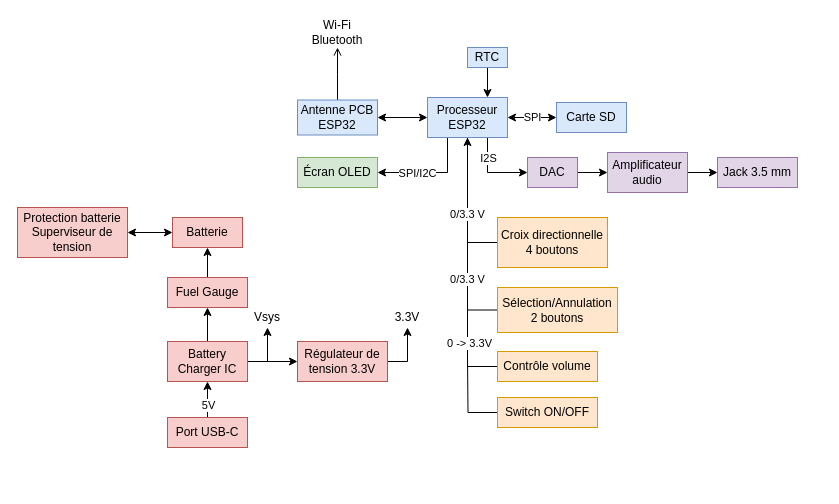
This is assets/figures/Analyse_Fonctionnelle-Niv2.drawio from dossantosyann/iPod2.0_Latex_Report, a draw.io file, before an edit. Source tidied: cells renumbered, new cells numbered last; positions are measured from the earlier drawing's top-left corner, leaving out a move shared by most shapes. Both pictures are drawn from the tidied source at 100%, with x=0, y=0 at pixel (17, 17).
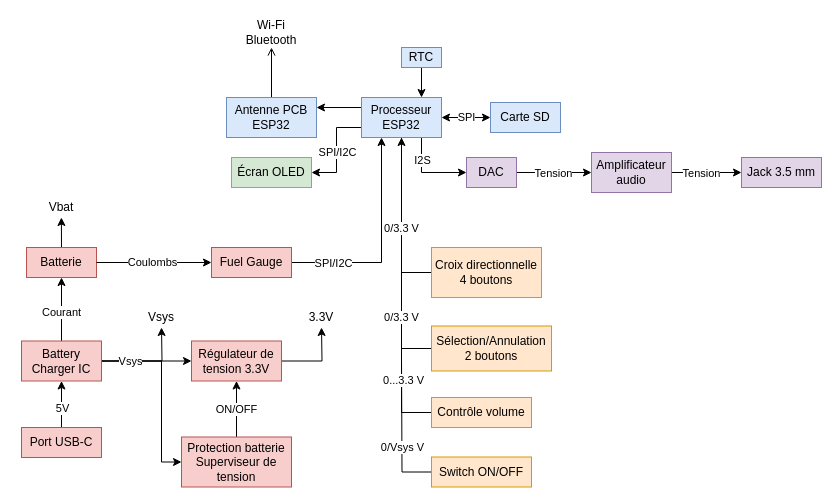
After the change.

Commit message:
Mettre à jour Analyse_Fonctionnelle-Niv2.drawio

Unchanged cells that the change refers to:
```xml
<mxCell id="9" style="edgeStyle=orthogonalEdgeStyle;rounded=0;jettySize=auto;html=1;exitX=0.5;exitY=1;exitDx=0;exitDy=0;entryX=0;entryY=0.5;entryDx=0;entryDy=0;endArrow=none;endFill=0;startArrow=classic;startFill=1;" parent="1" edge="1" source="15" target="39">
  <mxGeometry relative="1" as="geometry" />
</mxCell>
<mxCell id="21" style="edgeStyle=orthogonalEdgeStyle;rounded=0;jettySize=auto;html=1;" parent="1" edge="1" source="22" target="24">
  <mxGeometry relative="1" as="geometry" />
</mxCell>
<mxCell id="23" style="edgeStyle=orthogonalEdgeStyle;rounded=0;jettySize=auto;html=1;" parent="1" edge="1" source="24" target="40">
  <mxGeometry relative="1" as="geometry" />
</mxCell>
<mxCell id="34" style="edgeStyle=orthogonalEdgeStyle;rounded=0;jettySize=auto;html=1;" parent="1" edge="1" source="36" target="32">
  <mxGeometry relative="1" as="geometry" />
</mxCell>
```

The edit, as a diff of the source:
```diff
@@
-    <mxCell id="4" style="edgeStyle=orthogonalEdgeStyle;rounded=0;jettySize=auto;html=1;startArrow=classic;startFill=1;" parent="1" edge="1" source="15" target="17">
-      <mxGeometry relative="1" as="geometry" />
-    </mxCell>
@@
-    <mxCell id="10" value="0 -&amp;gt; 3.3V" style="edgeLabel;html=1;align=center;verticalAlign=middle;" parent="9" vertex="1">
-      <mxGeometry x="0.58" y="1" relative="1" as="geometry" />
-    </mxCell>
     <mxCell id="11" value="0/3.3 V" style="edgeLabel;html=1;align=center;verticalAlign=middle;" parent="9" vertex="1">
-      <mxGeometry x="0.09" y="-1" relative="1" as="geometry" />
+      <mxGeometry x="0.09" y="-1" relative="1" as="geometry">
+        <mxPoint y="13" as="offset" />
+      </mxGeometry>
     </mxCell>
@@
+    <mxCell id="4" style="edgeStyle=orthogonalEdgeStyle;rounded=0;jettySize=auto;html=1;exitX=0;exitY=0.25;exitDx=0;exitDy=0;entryX=1;entryY=0.25;entryDx=0;entryDy=0;" parent="1" edge="1" source="15" target="17">
+      <mxGeometry relative="1" as="geometry" />
+    </mxCell>
-    <mxCell id="13" style="edgeStyle=orthogonalEdgeStyle;rounded=0;jettySize=auto;html=1;exitX=0.25;exitY=1;exitDx=0;exitDy=0;entryX=1;entryY=0.5;entryDx=0;entryDy=0;" parent="1" edge="1" source="15" target="33">
+    <mxCell id="13" style="edgeStyle=orthogonalEdgeStyle;rounded=0;jettySize=auto;html=1;exitX=0;exitY=0.75;exitDx=0;exitDy=0;entryX=1;entryY=0.5;entryDx=0;entryDy=0;" parent="1" edge="1" source="15" target="33">
       <mxGeometry relative="1" as="geometry" />
     </mxCell>
-    <mxCell id="14" value="SPI/I2C" style="edgeLabel;html=1;align=center;verticalAlign=middle;" parent="13" vertex="1">
-      <mxGeometry x="-0.32" y="-2" relative="1" as="geometry">
-        <mxPoint x="-30" y="2" as="offset" />
-      </mxGeometry>
-    </mxCell>
+    <mxCell id="49" value="SPI/I2C" style="edgeLabel;html=1;align=center;verticalAlign=middle;" parent="13" vertex="1">
+      <mxGeometry x="0.22" relative="1" as="geometry">
+        <mxPoint y="-9" as="offset" />
+      </mxGeometry>
+    </mxCell>
     <mxCell id="15" value="&lt;div&gt;Processeur&lt;/div&gt;&lt;div&gt;ESP32&lt;/div&gt;" style="rounded=0;whiteSpace=wrap;html=1;fillColor=#dae8fc;strokeColor=#6c8ebf;" parent="1" vertex="1">
-      <mxGeometry x="410" y="80" width="80" height="40" as="geometry" />
+      <mxGeometry x="344" y="80" width="80" height="40" as="geometry" />
     </mxCell>
     <mxCell id="16" style="edgeStyle=orthogonalEdgeStyle;rounded=0;jettySize=auto;html=1;exitX=0.5;exitY=0;exitDx=0;exitDy=0;endArrow=open;endFill=0;" parent="1" edge="1" source="17">
       <mxGeometry relative="1" as="geometry">
-        <mxPoint x="320" y="30" as="targetPoint" />
+        <mxPoint x="254" y="30" as="targetPoint" />
       </mxGeometry>
     </mxCell>
     <mxCell id="17" value="&lt;div&gt;Antenne PCB&lt;/div&gt;&lt;div&gt;ESP32&lt;/div&gt;" style="rounded=0;whiteSpace=wrap;html=1;fillColor=#dae8fc;strokeColor=#6c8ebf;" parent="1" vertex="1">
-      <mxGeometry x="280" y="82.5" width="80" height="35" as="geometry" />
+      <mxGeometry x="209" y="80" width="90" height="40" as="geometry" />
     </mxCell>
     <mxCell id="18" value="Carte SD" style="rounded=0;whiteSpace=wrap;html=1;fillColor=#dae8fc;strokeColor=#6c8ebf;" parent="1" vertex="1">
-      <mxGeometry x="539" y="85" width="70" height="30" as="geometry" />
+      <mxGeometry x="473" y="85" width="70" height="30" as="geometry" />
     </mxCell>
@@
     <mxCell id="20" value="RTC" style="rounded=0;whiteSpace=wrap;html=1;fillColor=#dae8fc;strokeColor=#6c8ebf;" parent="1" vertex="1">
-      <mxGeometry x="450" y="30" width="40" height="20" as="geometry" />
+      <mxGeometry x="384" y="30" width="40" height="20" as="geometry" />
     </mxCell>
@@
+    <mxCell id="50" value="Tension" style="edgeLabel;html=1;align=center;verticalAlign=middle;" parent="21" vertex="1">
+      <mxGeometry x="-0.08" y="2" relative="1" as="geometry">
+        <mxPoint x="1" y="2" as="offset" />
+      </mxGeometry>
+    </mxCell>
     <mxCell id="22" value="DAC" style="rounded=0;whiteSpace=wrap;html=1;fillColor=#e1d5e7;strokeColor=#9673a6;" parent="1" vertex="1">
-      <mxGeometry x="510" y="140" width="50" height="30" as="geometry" />
+      <mxGeometry x="449" y="140" width="50" height="30" as="geometry" />
     </mxCell>
@@
+    <mxCell id="51" value="Tension" style="edgeLabel;html=1;align=center;verticalAlign=middle;" parent="23" vertex="1">
+      <mxGeometry x="0.07" relative="1" as="geometry">
+        <mxPoint x="-8" as="offset" />
+      </mxGeometry>
+    </mxCell>
     <mxCell id="24" value="Amplificateur audio" style="rounded=0;whiteSpace=wrap;html=1;fillColor=#e1d5e7;strokeColor=#9673a6;" parent="1" vertex="1">
-      <mxGeometry x="590" y="135" width="80" height="40" as="geometry" />
+      <mxGeometry x="574" y="135" width="80" height="40" as="geometry" />
     </mxCell>
-    <mxCell id="25" style="edgeStyle=orthogonalEdgeStyle;rounded=0;jettySize=auto;html=1;startArrow=classic;startFill=1;" parent="1" edge="1" source="26" target="43">
-      <mxGeometry relative="1" as="geometry" />
-    </mxCell>
+    <mxCell id="52" style="edgeStyle=orthogonalEdgeStyle;rounded=0;jettySize=auto;html=1;exitX=0.5;exitY=0;exitDx=0;exitDy=0;" parent="1" edge="1" source="26">
+      <mxGeometry relative="1" as="geometry">
+        <mxPoint x="43.9" y="200" as="targetPoint" />
+      </mxGeometry>
+    </mxCell>
     <mxCell id="26" value="Batterie" style="rounded=0;whiteSpace=wrap;html=1;fillColor=#f8cecc;strokeColor=#b85450;" parent="1" vertex="1">
-      <mxGeometry x="155" y="200" width="70" height="30" as="geometry" />
+      <mxGeometry x="9" y="230" width="70" height="30" as="geometry" />
     </mxCell>
-    <mxCell id="27" style="edgeStyle=orthogonalEdgeStyle;rounded=0;jettySize=auto;html=1;" parent="1" edge="1" source="28" target="26">
+    <mxCell id="27" style="edgeStyle=orthogonalEdgeStyle;rounded=0;jettySize=auto;html=1;startArrow=classic;startFill=1;endArrow=none;endFill=0;" parent="1" edge="1" source="28" target="26">
       <mxGeometry relative="1" as="geometry" />
     </mxCell>
+    <mxCell id="53" value="Coulombs" style="edgeLabel;html=1;align=center;verticalAlign=middle;" parent="27" vertex="1">
+      <mxGeometry x="0.04" y="-1" relative="1" as="geometry" />
+    </mxCell>
+    <mxCell id="54" style="edgeStyle=orthogonalEdgeStyle;rounded=0;jettySize=auto;html=1;exitX=1;exitY=0.5;exitDx=0;exitDy=0;entryX=0.25;entryY=1;entryDx=0;entryDy=0;" parent="1" edge="1" source="28" target="15">
+      <mxGeometry relative="1" as="geometry" />
+    </mxCell>
+    <mxCell id="55" value="SPI/I2C" style="edgeLabel;html=1;align=center;verticalAlign=middle;" parent="54" vertex="1">
+      <mxGeometry x="-0.26" y="-1" relative="1" as="geometry">
+        <mxPoint x="-39" y="-1" as="offset" />
+      </mxGeometry>
+    </mxCell>
     <mxCell id="28" value="Fuel Gauge" style="rounded=0;whiteSpace=wrap;html=1;fillColor=#f8cecc;strokeColor=#b85450;" parent="1" vertex="1">
-      <mxGeometry x="150" y="260" width="80" height="30" as="geometry" />
+      <mxGeometry x="194" y="230" width="80" height="30" as="geometry" />
     </mxCell>
-    <mxCell id="29" style="edgeStyle=orthogonalEdgeStyle;rounded=0;jettySize=auto;html=1;" parent="1" edge="1" source="32" target="28">
-      <mxGeometry relative="1" as="geometry" />
-    </mxCell>
@@
-    <mxCell id="31" style="edgeStyle=orthogonalEdgeStyle;rounded=0;jettySize=auto;html=1;exitX=1;exitY=0.5;exitDx=0;exitDy=0;" parent="1" edge="1" source="32">
-      <mxGeometry relative="1" as="geometry">
-        <mxPoint x="250" y="310" as="targetPoint" />
-      </mxGeometry>
-    </mxCell>
+    <mxCell id="56" style="edgeStyle=orthogonalEdgeStyle;rounded=0;jettySize=auto;html=1;exitX=0.5;exitY=0;exitDx=0;exitDy=0;entryX=0.5;entryY=1;entryDx=0;entryDy=0;" parent="1" edge="1" source="32" target="26">
+      <mxGeometry relative="1" as="geometry" />
+    </mxCell>
+    <mxCell id="57" value="Courant" style="edgeLabel;html=1;align=center;verticalAlign=middle;" parent="56" vertex="1">
+      <mxGeometry x="-0.08" y="1" relative="1" as="geometry" />
+    </mxCell>
+    <mxCell id="58" style="edgeStyle=orthogonalEdgeStyle;rounded=0;jettySize=auto;html=1;exitX=1;exitY=0.5;exitDx=0;exitDy=0;entryX=0;entryY=0.5;entryDx=0;entryDy=0;" parent="1" edge="1" source="32" target="43">
+      <mxGeometry relative="1" as="geometry">
+        <Array as="points">
+          <mxPoint x="144" y="344" />
+          <mxPoint x="144" y="445" />
+        </Array>
+      </mxGeometry>
+    </mxCell>
+    <mxCell id="59" style="edgeStyle=orthogonalEdgeStyle;rounded=0;jettySize=auto;html=1;exitX=1;exitY=0.5;exitDx=0;exitDy=0;" parent="1" edge="1" source="32">
+      <mxGeometry relative="1" as="geometry">
+        <mxPoint x="144" y="310" as="targetPoint" />
+      </mxGeometry>
+    </mxCell>
+    <mxCell id="60" value="&lt;div&gt;Vsys&lt;/div&gt;" style="edgeLabel;html=1;align=center;verticalAlign=middle;" parent="59" vertex="1">
+      <mxGeometry x="-0.4" relative="1" as="geometry" />
+    </mxCell>
     <mxCell id="32" value="Battery Charger IC" style="rounded=0;whiteSpace=wrap;html=1;fillColor=#f8cecc;strokeColor=#b85450;" parent="1" vertex="1">
-      <mxGeometry x="150" y="324" width="80" height="40" as="geometry" />
+      <mxGeometry x="4" y="323.5" width="80" height="40" as="geometry" />
     </mxCell>
     <mxCell id="33" value="Écran OLED" style="rounded=0;whiteSpace=wrap;html=1;fillColor=#d5e8d4;strokeColor=#82b366;" parent="1" vertex="1">
-      <mxGeometry x="280" y="140" width="80" height="30" as="geometry" />
+      <mxGeometry x="214" y="140" width="80" height="30" as="geometry" />
     </mxCell>
@@
     <mxCell id="35" value="5V" style="edgeLabel;html=1;align=center;verticalAlign=middle;" parent="34" vertex="1">
       <mxGeometry x="-0.39" y="-2" relative="1" as="geometry">
-        <mxPoint x="-2" as="offset" />
+        <mxPoint x="-2" y="-6" as="offset" />
       </mxGeometry>
     </mxCell>
     <mxCell id="36" value="Port USB-C" style="rounded=0;whiteSpace=wrap;html=1;fillColor=#f8cecc;strokeColor=#b85450;" parent="1" vertex="1">
-      <mxGeometry x="150" y="400" width="80" height="30" as="geometry" />
+      <mxGeometry x="4" y="410" width="80" height="30" as="geometry" />
     </mxCell>
     <mxCell id="37" value="&lt;div&gt;Croix directionnelle&lt;/div&gt;&lt;div&gt;4 boutons&lt;/div&gt;" style="rounded=0;whiteSpace=wrap;html=1;fillColor=#ffe6cc;strokeColor=#d79b00;" parent="1" vertex="1">
-      <mxGeometry x="480" y="200" width="110" height="50" as="geometry" />
+      <mxGeometry x="414" y="230" width="110" height="50" as="geometry" />
     </mxCell>
     <mxCell id="38" value="&lt;div&gt;Sélection/Annulation&lt;/div&gt;&lt;div&gt;2 boutons&lt;/div&gt;" style="rounded=0;whiteSpace=wrap;html=1;fillColor=#ffe6cc;strokeColor=#d79b00;" parent="1" vertex="1">
-      <mxGeometry x="480" y="270" width="120" height="45" as="geometry" />
+      <mxGeometry x="414" y="308.5" width="120" height="45" as="geometry" />
     </mxCell>
     <mxCell id="39" value="&lt;div&gt;Contrôle volume&lt;/div&gt;" style="rounded=0;whiteSpace=wrap;html=1;fillColor=#ffe6cc;strokeColor=#d79b00;" parent="1" vertex="1">
-      <mxGeometry x="480" y="334" width="100" height="30" as="geometry" />
+      <mxGeometry x="414" y="380" width="100" height="30" as="geometry" />
     </mxCell>
     <mxCell id="40" value="Jack 3.5 mm" style="rounded=0;whiteSpace=wrap;html=1;fillColor=#e1d5e7;strokeColor=#9673a6;" parent="1" vertex="1">
-      <mxGeometry x="700" y="140" width="80" height="30" as="geometry" />
+      <mxGeometry x="724" y="140" width="80" height="30" as="geometry" />
     </mxCell>
-    <mxCell id="41" style="edgeStyle=orthogonalEdgeStyle;rounded=0;jettySize=auto;html=1;exitX=1;exitY=0.5;exitDx=0;exitDy=0;" parent="1" edge="1" source="42">
-      <mxGeometry relative="1" as="geometry">
-        <mxPoint x="390" y="310" as="targetPoint" />
-      </mxGeometry>
-    </mxCell>
+    <mxCell id="61" style="edgeStyle=orthogonalEdgeStyle;rounded=0;jettySize=auto;html=1;exitX=1;exitY=0.5;exitDx=0;exitDy=0;" parent="1" edge="1" source="42">
+      <mxGeometry relative="1" as="geometry">
+        <mxPoint x="304" y="310" as="targetPoint" />
+      </mxGeometry>
+    </mxCell>
     <mxCell id="42" value="&lt;div&gt;Régulateur de tension 3.3V&lt;/div&gt;" style="rounded=0;whiteSpace=wrap;html=1;fillColor=#f8cecc;strokeColor=#b85450;" parent="1" vertex="1">
-      <mxGeometry x="280" y="324" width="90" height="40" as="geometry" />
+      <mxGeometry x="174" y="323.5" width="90" height="40" as="geometry" />
     </mxCell>
+    <mxCell id="62" value="ON/OFF" style="edgeStyle=orthogonalEdgeStyle;rounded=0;jettySize=auto;html=1;exitX=0.5;exitY=0;exitDx=0;exitDy=0;entryX=0.5;entryY=1;entryDx=0;entryDy=0;" parent="1" edge="1" source="43" target="42">
+      <mxGeometry relative="1" as="geometry" />
+    </mxCell>
     <mxCell id="43" value="&lt;div&gt;Protection batterie&lt;/div&gt;&lt;div&gt;Superviseur de tension&lt;/div&gt;" style="rounded=0;whiteSpace=wrap;html=1;fillColor=#f8cecc;strokeColor=#b85450;" parent="1" vertex="1">
-      <mxGeometry y="190" width="110" height="50" as="geometry" />
+      <mxGeometry x="164" y="419.5" width="110" height="50" as="geometry" />
     </mxCell>
-    <mxCell id="44" value="Vsys" style="text;html=1;whiteSpace=wrap;strokeColor=none;fillColor=none;align=center;verticalAlign=middle;rounded=0;" parent="1" vertex="1">
-      <mxGeometry x="220" y="285" width="60" height="30" as="geometry" />
-    </mxCell>
     <mxCell id="45" value="3.3V" style="text;html=1;whiteSpace=wrap;strokeColor=none;fillColor=none;align=center;verticalAlign=middle;rounded=0;" parent="1" vertex="1">
-      <mxGeometry x="360" y="285" width="60" height="30" as="geometry" />
+      <mxGeometry x="274" y="285" width="60" height="30" as="geometry" />
     </mxCell>
     <mxCell id="46" value="&lt;div&gt;Wi-Fi&lt;/div&gt;&lt;div&gt;Bluetooth&lt;/div&gt;" style="text;html=1;whiteSpace=wrap;strokeColor=none;fillColor=none;align=center;verticalAlign=middle;rounded=0;" parent="1" vertex="1">
-      <mxGeometry x="290" width="60" height="30" as="geometry" />
+      <mxGeometry x="224" width="60" height="30" as="geometry" />
     </mxCell>
     <mxCell id="47" style="edgeStyle=orthogonalEdgeStyle;rounded=0;jettySize=auto;html=1;exitX=0;exitY=0.5;exitDx=0;exitDy=0;endArrow=none;endFill=0;" parent="1" edge="1" source="48">
       <mxGeometry relative="1" as="geometry">
-        <mxPoint x="450" y="340" as="targetPoint" />
+        <mxPoint x="384" y="340" as="targetPoint" />
       </mxGeometry>
     </mxCell>
+    <mxCell id="63" value="&lt;div&gt;0...3.3 V&lt;/div&gt;" style="edgeLabel;html=1;align=center;verticalAlign=middle;" parent="47" vertex="1">
+      <mxGeometry x="0.68" y="-1" relative="1" as="geometry" />
+    </mxCell>
+    <mxCell id="64" value="0/Vsys V" style="edgeLabel;html=1;align=center;verticalAlign=middle;" parent="47" vertex="1">
+      <mxGeometry x="-0.24" relative="1" as="geometry" />
+    </mxCell>
     <mxCell id="48" value="Switch ON/OFF" style="rounded=0;whiteSpace=wrap;html=1;fillColor=#ffe6cc;strokeColor=#d79b00;" parent="1" vertex="1">
-      <mxGeometry x="480" y="380" width="100" height="30" as="geometry" />
+      <mxGeometry x="414" y="439.5" width="100" height="30" as="geometry" />
     </mxCell>
+    <mxCell id="44" value="Vsys" style="text;html=1;whiteSpace=wrap;strokeColor=none;fillColor=none;align=center;verticalAlign=middle;rounded=0;" parent="1" vertex="1">
+      <mxGeometry x="114" y="285" width="60" height="30" as="geometry" />
+    </mxCell>
+    <mxCell id="65" value="Vbat" style="text;html=1;whiteSpace=wrap;strokeColor=none;fillColor=none;align=center;verticalAlign=middle;rounded=0;" parent="1" vertex="1">
+      <mxGeometry x="14" y="175" width="60" height="30" as="geometry" />
+    </mxCell>
```
